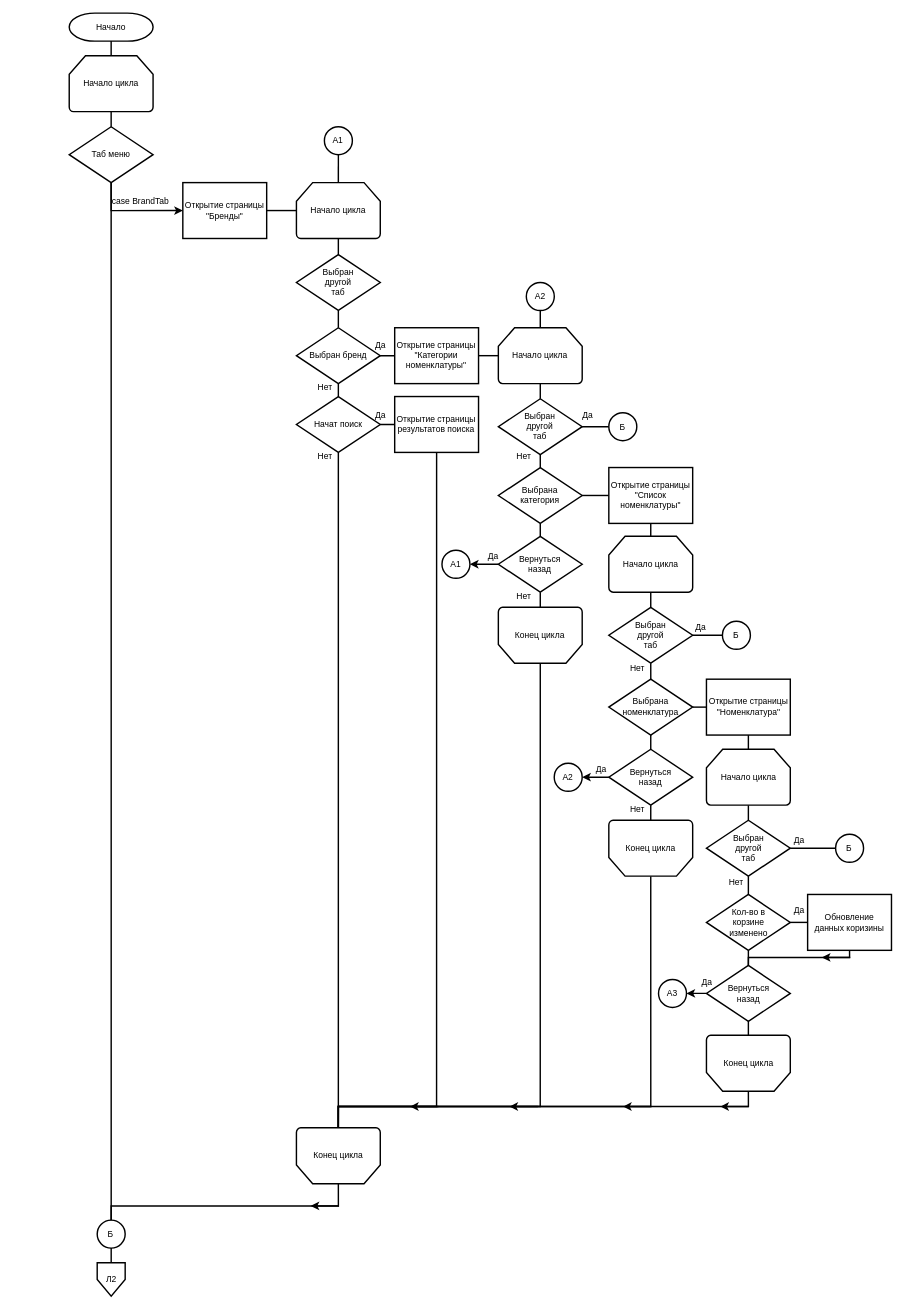
Above: sources/images/98/a1-1.drawio in Pavel-Innokentevich-Galanin/dp_report (draw.io), before the change. Source tidied: cells renumbered, new cells numbered last; positions are measured from the earlier drawing's top-left corner, leaving out a move shared by most shapes. Both pictures are drawn from the tidied source at 71%, with x=0, y=0 at pixel (69, 13).
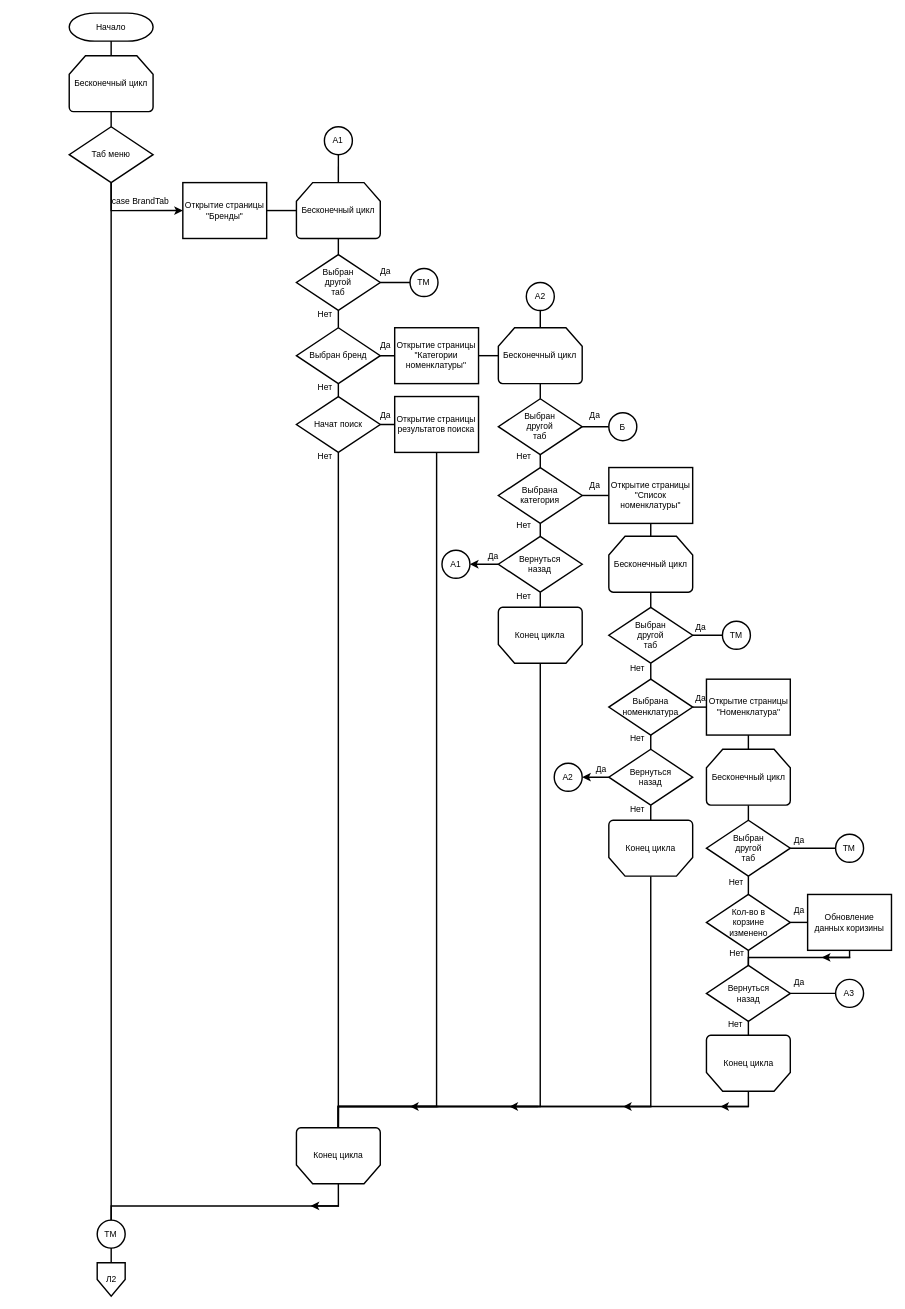
The same page after the edit.

The change refers to these unchanged cells:
```xml
<mxCell id="44" value="Выбран&lt;br&gt;другой&lt;br&gt;таб" style="strokeWidth=2;html=1;shape=mxgraph.flowchart.decision;whiteSpace=wrap;" parent="1" vertex="1">
  <mxGeometry x="320" y="340" width="118.1" height="78.7" as="geometry" />
</mxCell>
<mxCell id="56" value="Конец цикла" style="strokeWidth=2;html=1;shape=mxgraph.flowchart.loop_limit;whiteSpace=wrap;flipH=1;flipV=1;" parent="1" vertex="1">
  <mxGeometry x="897.5" y="1439.7" width="118.1" height="78.7" as="geometry" />
</mxCell>
<mxCell id="99" value="Вернуться &lt;br&gt;назад" style="strokeWidth=2;html=1;shape=mxgraph.flowchart.decision;whiteSpace=wrap;" parent="1" vertex="1">
  <mxGeometry x="897.5" y="1341.3" width="118.1" height="78.7" as="geometry" />
</mxCell>
```

Diff of the diagram source:
```diff
@@
-    <mxCell id="18" value="Начало цикла" style="strokeWidth=2;html=1;shape=mxgraph.flowchart.loop_limit;whiteSpace=wrap;" parent="1" vertex="1">
+    <mxCell id="18" value="Бесконечный цикл" style="strokeWidth=2;html=1;shape=mxgraph.flowchart.loop_limit;whiteSpace=wrap;" parent="1" vertex="1">
       <mxGeometry y="60" width="118.1" height="78.7" as="geometry" />
     </mxCell>
@@
-    <mxCell id="32" value="Б" style="strokeWidth=2;html=1;shape=mxgraph.flowchart.start_2;whiteSpace=wrap;" parent="1" vertex="1">
+    <mxCell id="32" value="ТМ" style="strokeWidth=2;html=1;shape=mxgraph.flowchart.start_2;whiteSpace=wrap;" parent="1" vertex="1">
       <mxGeometry x="39.4" y="1700" width="39.4" height="39.4" as="geometry" />
     </mxCell>
-    <mxCell id="33" value="Б" style="strokeWidth=2;html=1;shape=mxgraph.flowchart.start_2;whiteSpace=wrap;" parent="1" vertex="1">
+    <mxCell id="33" value="ТМ" style="strokeWidth=2;html=1;shape=mxgraph.flowchart.start_2;whiteSpace=wrap;" parent="1" vertex="1">
       <mxGeometry x="920" y="856.5" width="39.4" height="39.4" as="geometry" />
     </mxCell>
@@
-    <mxCell id="35" value="Начало цикла" style="strokeWidth=2;html=1;shape=mxgraph.flowchart.loop_limit;whiteSpace=wrap;" parent="1" vertex="1">
+    <mxCell id="35" value="Бесконечный цикл" style="strokeWidth=2;html=1;shape=mxgraph.flowchart.loop_limit;whiteSpace=wrap;" parent="1" vertex="1">
       <mxGeometry x="320" y="238.7" width="118.1" height="78.7" as="geometry" />
     </mxCell>
@@
-    <mxCell id="42" value="Начало цикла" style="strokeWidth=2;html=1;shape=mxgraph.flowchart.loop_limit;whiteSpace=wrap;" parent="1" vertex="1">
+    <mxCell id="42" value="Бесконечный цикл" style="strokeWidth=2;html=1;shape=mxgraph.flowchart.loop_limit;whiteSpace=wrap;" parent="1" vertex="1">
       <mxGeometry x="760" y="736.9" width="118.1" height="78.7" as="geometry" />
     </mxCell>
@@
+    <mxCell id="109" style="edgeStyle=orthogonalEdgeStyle;rounded=0;jettySize=auto;html=1;exitX=1;exitY=0.5;exitDx=0;exitDy=0;exitPerimeter=0;entryX=0;entryY=0.5;entryDx=0;entryDy=0;entryPerimeter=0;strokeWidth=2;endArrow=none;endFill=0;" parent="1" edge="1" source="44" target="114">
+      <mxGeometry relative="1" as="geometry" />
+    </mxCell>
@@
-    <mxCell id="54" value="Начало цикла" style="strokeWidth=2;html=1;shape=mxgraph.flowchart.loop_limit;whiteSpace=wrap;" parent="1" vertex="1">
+    <mxCell id="54" value="Бесконечный цикл" style="strokeWidth=2;html=1;shape=mxgraph.flowchart.loop_limit;whiteSpace=wrap;" parent="1" vertex="1">
       <mxGeometry x="897.5" y="1036.8" width="118.1" height="78.7" as="geometry" />
     </mxCell>
@@
-    <mxCell id="58" value="Начало цикла" style="strokeWidth=2;html=1;shape=mxgraph.flowchart.loop_limit;whiteSpace=wrap;" parent="1" vertex="1">
+    <mxCell id="58" value="Бесконечный цикл" style="strokeWidth=2;html=1;shape=mxgraph.flowchart.loop_limit;whiteSpace=wrap;" parent="1" vertex="1">
       <mxGeometry x="604.4" y="443.1" width="118.1" height="78.7" as="geometry" />
     </mxCell>
@@
     <mxCell id="71" value="Да" style="text;html=1;align=center;verticalAlign=middle;strokeColor=none;fillColor=none;" parent="1" vertex="1">
-      <mxGeometry x="418.4" y="452.5" width="40" height="30" as="geometry" />
+      <mxGeometry x="425" y="452.5" width="40" height="30" as="geometry" />
     </mxCell>
     <mxCell id="72" value="Да" style="text;html=1;align=center;verticalAlign=middle;strokeColor=none;fillColor=none;" parent="1" vertex="1">
-      <mxGeometry x="418.4" y="551.9" width="40" height="30" as="geometry" />
+      <mxGeometry x="425" y="551.9" width="40" height="30" as="geometry" />
     </mxCell>
     <mxCell id="73" value="Да" style="text;html=1;align=center;verticalAlign=middle;strokeColor=none;fillColor=none;" parent="1" vertex="1">
-      <mxGeometry x="710" y="551.9" width="40" height="30" as="geometry" />
+      <mxGeometry x="720" y="551.9" width="40" height="30" as="geometry" />
     </mxCell>
@@
-    <mxCell id="84" value="Б" style="strokeWidth=2;html=1;shape=mxgraph.flowchart.start_2;whiteSpace=wrap;" parent="1" vertex="1">
+    <mxCell id="84" value="ТМ" style="strokeWidth=2;html=1;shape=mxgraph.flowchart.start_2;whiteSpace=wrap;" parent="1" vertex="1">
       <mxGeometry x="1079.4" y="1156.5" width="39.4" height="39.4" as="geometry" />
     </mxCell>
@@
+    <mxCell id="98" style="edgeStyle=orthogonalEdgeStyle;rounded=0;jettySize=auto;html=1;exitX=0.5;exitY=1;exitDx=0;exitDy=0;exitPerimeter=0;entryX=0.5;entryY=1;entryDx=0;entryDy=0;entryPerimeter=0;endArrow=none;endFill=0;strokeWidth=2;" parent="1" edge="1" source="99" target="56">
+      <mxGeometry relative="1" as="geometry" />
+    </mxCell>
-    <mxCell id="97" style="edgeStyle=orthogonalEdgeStyle;rounded=0;jettySize=auto;html=1;exitX=0;exitY=0.5;exitDx=0;exitDy=0;exitPerimeter=0;strokeWidth=2;" parent="1" edge="1" source="99" target="100">
+    <mxCell id="97" style="edgeStyle=orthogonalEdgeStyle;rounded=0;jettySize=auto;html=1;exitX=1;exitY=0.5;exitDx=0;exitDy=0;exitPerimeter=0;entryX=0;entryY=0.5;entryDx=0;entryDy=0;entryPerimeter=0;strokeWidth=2;endArrow=none;endFill=0;" parent="1" edge="1" source="99" target="100">
       <mxGeometry relative="1" as="geometry" />
     </mxCell>
-    <mxCell id="98" style="edgeStyle=orthogonalEdgeStyle;rounded=0;jettySize=auto;html=1;exitX=0.5;exitY=1;exitDx=0;exitDy=0;exitPerimeter=0;entryX=0.5;entryY=1;entryDx=0;entryDy=0;entryPerimeter=0;endArrow=none;endFill=0;strokeWidth=2;" parent="1" edge="1" source="99" target="56">
-      <mxGeometry relative="1" as="geometry" />
-    </mxCell>
@@
     <mxCell id="100" value="A3" style="strokeWidth=2;html=1;shape=mxgraph.flowchart.start_2;whiteSpace=wrap;" parent="1" vertex="1">
-      <mxGeometry x="830" y="1361" width="39.4" height="39.4" as="geometry" />
+      <mxGeometry x="1079.4" y="1360.9" width="39.4" height="39.4" as="geometry" />
     </mxCell>
     <mxCell id="101" value="Да" style="text;html=1;align=center;verticalAlign=middle;strokeColor=none;fillColor=none;" parent="1" vertex="1">
-      <mxGeometry x="878.1" y="1350" width="40" height="30" as="geometry" />
+      <mxGeometry x="1008.1" y="1350" width="40" height="30" as="geometry" />
     </mxCell>
@@
+    <mxCell id="110" style="rounded=0;whiteSpace=wrap;html=1;absoluteArcSize=1;arcSize=14;strokeWidth=2;strokeColor=none;fillColor=none;" parent="1" vertex="1">
+      <mxGeometry x="-80" width="40" height="40" as="geometry" />
+    </mxCell>
+    <mxCell id="111" value="Нет" style="text;html=1;align=center;verticalAlign=middle;strokeColor=none;fillColor=none;" parent="1" vertex="1">
+      <mxGeometry x="918.1" y="1409.7" width="40" height="30" as="geometry" />
+    </mxCell>
+    <mxCell id="112" value="Да" style="text;html=1;align=center;verticalAlign=middle;strokeColor=none;fillColor=none;" parent="1" vertex="1">
+      <mxGeometry x="869.4" y="950" width="40" height="30" as="geometry" />
+    </mxCell>
+    <mxCell id="113" value="Нет" style="text;html=1;align=center;verticalAlign=middle;strokeColor=none;fillColor=none;" parent="1" vertex="1">
+      <mxGeometry x="780" y="1006.8" width="40" height="30" as="geometry" />
+    </mxCell>
+    <mxCell id="114" value="ТМ" style="strokeWidth=2;html=1;shape=mxgraph.flowchart.start_2;whiteSpace=wrap;" parent="1" vertex="1">
+      <mxGeometry x="480" y="359.7" width="39.4" height="39.4" as="geometry" />
+    </mxCell>
+    <mxCell id="115" value="Да" style="text;html=1;align=center;verticalAlign=middle;strokeColor=none;fillColor=none;" parent="1" vertex="1">
+      <mxGeometry x="425" y="349.4" width="40" height="30" as="geometry" />
+    </mxCell>
+    <mxCell id="116" value="Нет" style="text;html=1;align=center;verticalAlign=middle;strokeColor=none;fillColor=none;" parent="1" vertex="1">
+      <mxGeometry x="340" y="410" width="40" height="30" as="geometry" />
+    </mxCell>
+    <mxCell id="117" value="Да" style="text;html=1;align=center;verticalAlign=middle;strokeColor=none;fillColor=none;" parent="1" vertex="1">
+      <mxGeometry x="720" y="650" width="40" height="30" as="geometry" />
+    </mxCell>
+    <mxCell id="118" value="Нет" style="text;html=1;align=center;verticalAlign=middle;strokeColor=none;fillColor=none;" parent="1" vertex="1">
+      <mxGeometry x="620" y="706.9" width="40" height="30" as="geometry" />
+    </mxCell>
+    <mxCell id="119" value="Нет" style="text;html=1;align=center;verticalAlign=middle;strokeColor=none;fillColor=none;" parent="1" vertex="1">
+      <mxGeometry x="920" y="1310" width="40" height="30" as="geometry" />
+    </mxCell>
```
